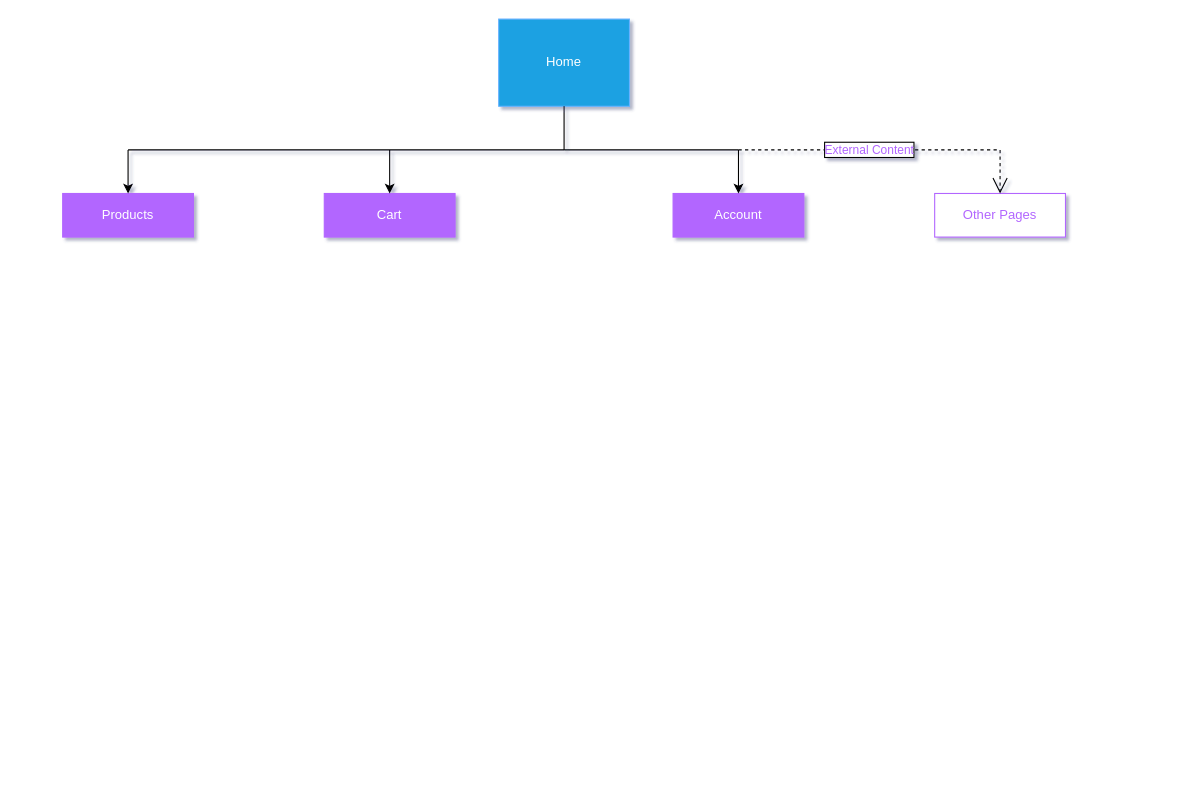
Above: sitemap.drawio in lamliam/lamliam (draw.io), before the change. Source tidied: cells renumbered, new cells numbered last; positions are measured from the earlier drawing's top-left corner, leaving out a move shared by most shapes. Both pictures are drawn from the tidied source at 109%, with x=0, y=0 at pixel (62, 19).
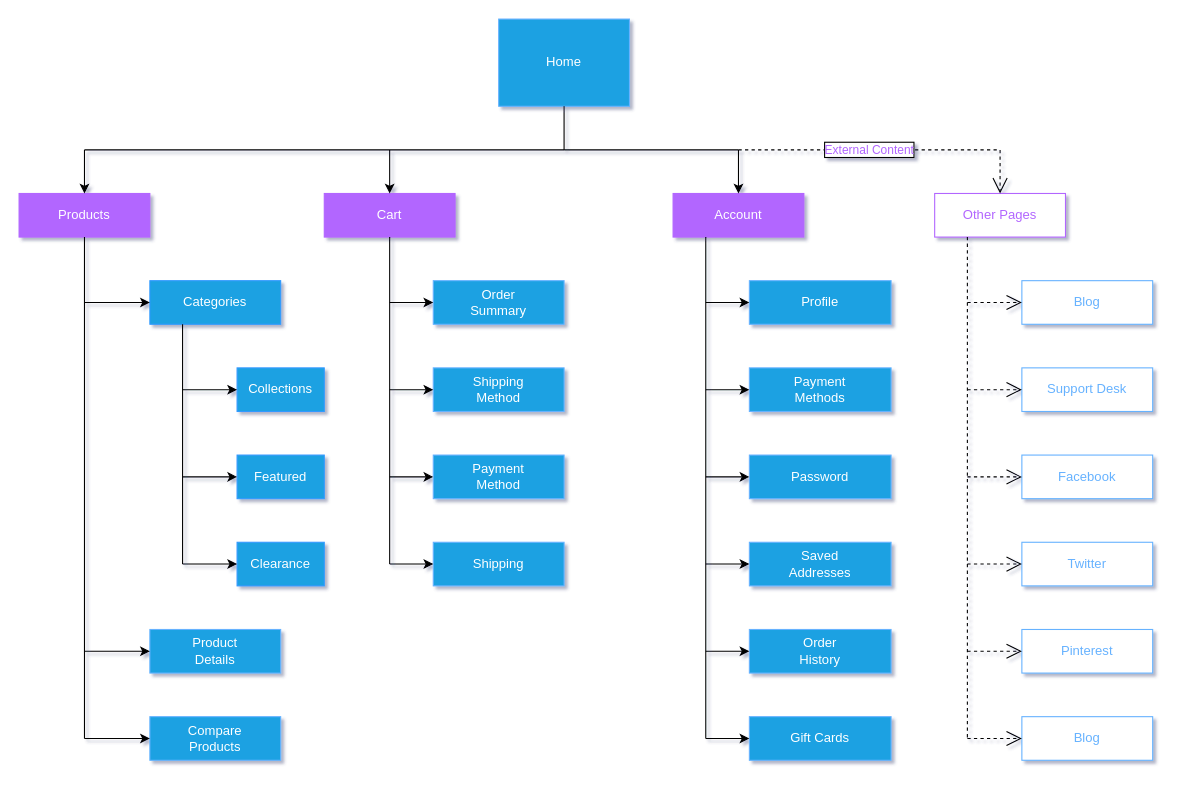
The same page after the edit.

Unchanged cells that the change refers to:
```xml
<mxCell id="4" value="Cart" style="rounded=0;whiteSpace=wrap;html=1;strokeColor=#B266FF;fillColor=#B266FF;fontColor=#ffffff;" parent="1" vertex="1">
  <mxGeometry x="240" y="160" width="120" height="40" as="geometry" />
</mxCell>
<mxCell id="5" value="Account" style="rounded=0;whiteSpace=wrap;html=1;strokeColor=#B266FF;fillColor=#B266FF;fontColor=#ffffff;" parent="1" vertex="1">
  <mxGeometry x="560" y="160" width="120" height="40" as="geometry" />
</mxCell>
<mxCell id="6" value="Other Pages" style="rounded=0;whiteSpace=wrap;html=1;strokeColor=#B266FF;fillColor=#FFFFFF;fontColor=#B266FF;" parent="1" vertex="1">
  <mxGeometry x="800" y="160" width="120" height="40" as="geometry" />
</mxCell>
```

The edit, as a diff of the source:
```diff
@@
     <mxCell id="3" value="Products" style="rounded=0;whiteSpace=wrap;html=1;strokeColor=#B266FF;fillColor=#B266FF;fontColor=#ffffff;" parent="1" vertex="1">
-      <mxGeometry y="160" width="120" height="40" as="geometry" />
+      <mxGeometry x="-40" y="160" width="120" height="40" as="geometry" />
     </mxCell>
@@
     <mxCell id="8" style="endArrow=none;html=1;rounded=0;fontColor=#B266FF;" parent="1" edge="1">
       <mxGeometry relative="1" as="geometry">
-        <mxPoint x="60" y="120" as="sourcePoint" />
+        <mxPoint x="20" y="120" as="sourcePoint" />
         <mxPoint x="460" y="120" as="targetPoint" />
       </mxGeometry>
     </mxCell>
@@
     <mxCell id="11" style="endArrow=classic;html=1;rounded=0;fontColor=#B266FF;entryX=0.5;entryY=0;entryDx=0;entryDy=0;" parent="1" edge="1" target="3">
       <mxGeometry relative="1" as="geometry">
-        <mxPoint x="60" y="120" as="sourcePoint" />
+        <mxPoint x="20" y="120" as="sourcePoint" />
       </mxGeometry>
     </mxCell>
@@
+    <mxCell id="14" value="Categories" style="rounded=0;whiteSpace=wrap;html=1;fontColor=#ffffff;strokeColor=#3399FF;fillColor=#1ba1e2;" parent="1" vertex="1">
+      <mxGeometry x="80" y="240" width="120" height="40" as="geometry" />
+    </mxCell>
+    <mxCell id="15" value="Collections" style="rounded=0;whiteSpace=wrap;html=1;fontColor=#ffffff;strokeColor=#3399FF;fillColor=#1ba1e2;" parent="1" vertex="1">
+      <mxGeometry x="160" y="320" width="80" height="40" as="geometry" />
+    </mxCell>
+    <mxCell id="16" value="Featured" style="rounded=0;whiteSpace=wrap;html=1;fontColor=#ffffff;strokeColor=#3399FF;fillColor=#1ba1e2;" parent="1" vertex="1">
+      <mxGeometry x="160" y="400" width="80" height="40" as="geometry" />
+    </mxCell>
+    <mxCell id="17" value="Clearance" style="rounded=0;whiteSpace=wrap;html=1;fontColor=#ffffff;strokeColor=#3399FF;fillColor=#1ba1e2;" parent="1" vertex="1">
+      <mxGeometry x="160" y="480" width="80" height="40" as="geometry" />
+    </mxCell>
+    <mxCell id="18" value="Product&lt;br&gt;Details" style="rounded=0;whiteSpace=wrap;html=1;fontColor=#ffffff;strokeColor=#66B2FF;fillColor=#1ba1e2;" parent="1" vertex="1">
+      <mxGeometry x="80" y="560" width="120" height="40" as="geometry" />
+    </mxCell>
+    <mxCell id="19" value="Compare&lt;br&gt;Products" style="rounded=0;whiteSpace=wrap;html=1;fontColor=#ffffff;strokeColor=#66B2FF;fillColor=#1ba1e2;" parent="1" vertex="1">
+      <mxGeometry x="80" y="640" width="120" height="40" as="geometry" />
+    </mxCell>
+    <mxCell id="20" style="endArrow=none;html=1;rounded=0;shadow=0;labelBorderColor=default;fontColor=#B266FF;strokeColor=default;entryX=0.5;entryY=1;entryDx=0;entryDy=0;" parent="1" edge="1" target="3">
+      <mxGeometry relative="1" as="geometry">
+        <mxPoint x="20" y="660" as="sourcePoint" />
+      </mxGeometry>
+    </mxCell>
+    <mxCell id="21" style="endArrow=classic;html=1;rounded=0;shadow=0;labelBorderColor=default;fontColor=#B266FF;strokeColor=default;entryX=0;entryY=0.5;entryDx=0;entryDy=0;" parent="1" edge="1" target="14">
+      <mxGeometry relative="1" as="geometry">
+        <mxPoint x="20" y="260" as="sourcePoint" />
+      </mxGeometry>
+    </mxCell>
+    <mxCell id="22" style="endArrow=none;html=1;rounded=0;shadow=0;labelBorderColor=default;fontColor=#B266FF;strokeColor=default;entryX=0.25;entryY=1;entryDx=0;entryDy=0;" parent="1" edge="1" target="14">
+      <mxGeometry relative="1" as="geometry">
+        <mxPoint x="110" y="500" as="sourcePoint" />
+      </mxGeometry>
+    </mxCell>
+    <mxCell id="23" style="endArrow=classic;html=1;rounded=0;shadow=0;labelBorderColor=default;fontColor=#B266FF;strokeColor=default;entryX=0;entryY=0.5;entryDx=0;entryDy=0;" parent="1" edge="1" target="15">
+      <mxGeometry relative="1" as="geometry">
+        <mxPoint x="110" y="340" as="sourcePoint" />
+      </mxGeometry>
+    </mxCell>
+    <mxCell id="24" style="endArrow=classic;html=1;rounded=0;shadow=0;labelBorderColor=default;fontColor=#B266FF;strokeColor=default;entryX=0;entryY=0.5;entryDx=0;entryDy=0;" parent="1" edge="1" target="16">
+      <mxGeometry relative="1" as="geometry">
+        <mxPoint x="110" y="420" as="sourcePoint" />
+      </mxGeometry>
+    </mxCell>
+    <mxCell id="25" style="endArrow=classic;html=1;rounded=0;shadow=0;labelBorderColor=default;fontColor=#B266FF;strokeColor=default;entryX=0;entryY=0.5;entryDx=0;entryDy=0;" parent="1" edge="1" target="17">
+      <mxGeometry relative="1" as="geometry">
+        <mxPoint x="110" y="500" as="sourcePoint" />
+      </mxGeometry>
+    </mxCell>
+    <mxCell id="26" style="endArrow=classic;html=1;rounded=0;shadow=0;labelBorderColor=default;fontColor=#B266FF;strokeColor=default;entryX=0;entryY=0.5;entryDx=0;entryDy=0;" parent="1" edge="1" target="18">
+      <mxGeometry relative="1" as="geometry">
+        <mxPoint x="20" y="580" as="sourcePoint" />
+      </mxGeometry>
+    </mxCell>
+    <mxCell id="27" style="endArrow=classic;html=1;rounded=0;shadow=0;labelBorderColor=default;fontColor=#B266FF;strokeColor=default;entryX=0;entryY=0.5;entryDx=0;entryDy=0;" parent="1" edge="1" target="19">
+      <mxGeometry relative="1" as="geometry">
+        <mxPoint x="20" y="660" as="sourcePoint" />
+      </mxGeometry>
+    </mxCell>
+    <mxCell id="28" value="Order&lt;br&gt;Summary" style="rounded=0;whiteSpace=wrap;html=1;fontColor=#ffffff;strokeColor=#66B2FF;fillColor=#1ba1e2;" parent="1" vertex="1">
+      <mxGeometry x="340" y="240" width="120" height="40" as="geometry" />
+    </mxCell>
+    <mxCell id="29" value="Shipping&lt;br&gt;Method" style="rounded=0;whiteSpace=wrap;html=1;fontColor=#ffffff;strokeColor=#66B2FF;fillColor=#1ba1e2;" parent="1" vertex="1">
+      <mxGeometry x="340" y="320" width="120" height="40" as="geometry" />
+    </mxCell>
+    <mxCell id="30" value="Payment&lt;br&gt;Method" style="rounded=0;whiteSpace=wrap;html=1;fontColor=#ffffff;strokeColor=#66B2FF;fillColor=#1ba1e2;" parent="1" vertex="1">
+      <mxGeometry x="340" y="400" width="120" height="40" as="geometry" />
+    </mxCell>
+    <mxCell id="31" value="Shipping" style="rounded=0;whiteSpace=wrap;html=1;fontColor=#ffffff;strokeColor=#66B2FF;fillColor=#1ba1e2;" parent="1" vertex="1">
+      <mxGeometry x="340" y="480" width="120" height="40" as="geometry" />
+    </mxCell>
+    <mxCell id="32" style="endArrow=none;html=1;rounded=0;shadow=0;labelBorderColor=default;fontColor=#B266FF;strokeColor=default;entryX=0.5;entryY=1;entryDx=0;entryDy=0;" parent="1" edge="1" target="4">
+      <mxGeometry relative="1" as="geometry">
+        <mxPoint x="300" y="500" as="sourcePoint" />
+      </mxGeometry>
+    </mxCell>
+    <mxCell id="33" style="endArrow=classic;html=1;rounded=0;shadow=0;labelBorderColor=default;fontColor=#B266FF;strokeColor=default;entryX=0;entryY=0.5;entryDx=0;entryDy=0;" parent="1" edge="1" target="28">
+      <mxGeometry relative="1" as="geometry">
+        <mxPoint x="300" y="260" as="sourcePoint" />
+      </mxGeometry>
+    </mxCell>
+    <mxCell id="34" style="endArrow=classic;html=1;rounded=0;shadow=0;labelBorderColor=default;fontColor=#B266FF;strokeColor=default;entryX=0;entryY=0.5;entryDx=0;entryDy=0;" parent="1" edge="1" target="29">
+      <mxGeometry relative="1" as="geometry">
+        <mxPoint x="300" y="340" as="sourcePoint" />
+      </mxGeometry>
+    </mxCell>
+    <mxCell id="35" style="endArrow=classic;html=1;rounded=0;shadow=0;labelBorderColor=default;fontColor=#B266FF;strokeColor=default;entryX=0;entryY=0.5;entryDx=0;entryDy=0;" parent="1" edge="1" target="30">
+      <mxGeometry relative="1" as="geometry">
+        <mxPoint x="300" y="420" as="sourcePoint" />
+      </mxGeometry>
+    </mxCell>
+    <mxCell id="36" style="endArrow=classic;html=1;rounded=0;shadow=0;labelBorderColor=default;fontColor=#B266FF;strokeColor=default;entryX=0;entryY=0.5;entryDx=0;entryDy=0;" parent="1" edge="1" target="31">
+      <mxGeometry relative="1" as="geometry">
+        <mxPoint x="300" y="500" as="sourcePoint" />
+      </mxGeometry>
+    </mxCell>
+    <mxCell id="37" value="Profile" style="rounded=0;whiteSpace=wrap;html=1;fontColor=#ffffff;strokeColor=#66B2FF;fillColor=#1ba1e2;" parent="1" vertex="1">
+      <mxGeometry x="630" y="240" width="130" height="40" as="geometry" />
+    </mxCell>
+    <mxCell id="38" value="Payment&lt;br&gt;Methods" style="rounded=0;whiteSpace=wrap;html=1;fontColor=#ffffff;strokeColor=#66B2FF;fillColor=#1ba1e2;" parent="1" vertex="1">
+      <mxGeometry x="630" y="320" width="130" height="40" as="geometry" />
+    </mxCell>
+    <mxCell id="39" value="Password" style="rounded=0;whiteSpace=wrap;html=1;fontColor=#ffffff;strokeColor=#66B2FF;fillColor=#1ba1e2;" parent="1" vertex="1">
+      <mxGeometry x="630" y="400" width="130" height="40" as="geometry" />
+    </mxCell>
+    <mxCell id="40" value="Saved&lt;br&gt;Addresses" style="rounded=0;whiteSpace=wrap;html=1;fontColor=#ffffff;strokeColor=#66B2FF;fillColor=#1ba1e2;" parent="1" vertex="1">
+      <mxGeometry x="630" y="480" width="130" height="40" as="geometry" />
+    </mxCell>
+    <mxCell id="41" value="Order&lt;br&gt;History" style="rounded=0;whiteSpace=wrap;html=1;fontColor=#ffffff;strokeColor=#66B2FF;fillColor=#1ba1e2;" parent="1" vertex="1">
+      <mxGeometry x="630" y="560" width="130" height="40" as="geometry" />
+    </mxCell>
+    <mxCell id="42" value="Gift Cards" style="rounded=0;whiteSpace=wrap;html=1;fontColor=#ffffff;strokeColor=#66B2FF;fillColor=#1ba1e2;" parent="1" vertex="1">
+      <mxGeometry x="630" y="640" width="130" height="40" as="geometry" />
+    </mxCell>
+    <mxCell id="43" style="endArrow=none;html=1;rounded=0;shadow=0;labelBorderColor=default;fontColor=#B266FF;strokeColor=default;entryX=0.25;entryY=1;entryDx=0;entryDy=0;" parent="1" edge="1" target="5">
+      <mxGeometry relative="1" as="geometry">
+        <mxPoint x="590" y="660" as="sourcePoint" />
+      </mxGeometry>
+    </mxCell>
+    <mxCell id="44" style="endArrow=classic;html=1;rounded=0;shadow=0;labelBorderColor=default;fontColor=#B266FF;strokeColor=default;entryX=0;entryY=0.5;entryDx=0;entryDy=0;" parent="1" edge="1" target="37">
+      <mxGeometry relative="1" as="geometry">
+        <mxPoint x="590" y="260" as="sourcePoint" />
+      </mxGeometry>
+    </mxCell>
+    <mxCell id="45" style="endArrow=classic;html=1;rounded=0;shadow=0;labelBorderColor=default;fontColor=#B266FF;strokeColor=default;entryX=0;entryY=0.5;entryDx=0;entryDy=0;" parent="1" edge="1" target="38">
+      <mxGeometry relative="1" as="geometry">
+        <mxPoint x="590" y="340" as="sourcePoint" />
+      </mxGeometry>
+    </mxCell>
+    <mxCell id="46" style="endArrow=classic;html=1;rounded=0;shadow=0;labelBorderColor=default;fontColor=#B266FF;strokeColor=default;entryX=0;entryY=0.5;entryDx=0;entryDy=0;" parent="1" edge="1" target="39">
+      <mxGeometry relative="1" as="geometry">
+        <mxPoint x="590" y="420" as="sourcePoint" />
+      </mxGeometry>
+    </mxCell>
+    <mxCell id="47" style="endArrow=classic;html=1;rounded=0;shadow=0;labelBorderColor=default;fontColor=#B266FF;strokeColor=default;entryX=0;entryY=0.5;entryDx=0;entryDy=0;" parent="1" edge="1" target="40">
+      <mxGeometry relative="1" as="geometry">
+        <mxPoint x="590" y="500" as="sourcePoint" />
+      </mxGeometry>
+    </mxCell>
+    <mxCell id="48" style="endArrow=classic;html=1;rounded=0;shadow=0;labelBorderColor=default;fontColor=#B266FF;strokeColor=default;entryX=0;entryY=0.5;entryDx=0;entryDy=0;" parent="1" edge="1" target="41">
+      <mxGeometry relative="1" as="geometry">
+        <mxPoint x="590" y="580" as="sourcePoint" />
+      </mxGeometry>
+    </mxCell>
+    <mxCell id="49" style="endArrow=classic;html=1;rounded=0;shadow=0;labelBorderColor=default;fontColor=#B266FF;strokeColor=default;entryX=0;entryY=0.5;entryDx=0;entryDy=0;" parent="1" edge="1" target="42">
+      <mxGeometry relative="1" as="geometry">
+        <mxPoint x="590" y="660" as="sourcePoint" />
+      </mxGeometry>
+    </mxCell>
+    <mxCell id="50" value="Blog" style="rounded=0;whiteSpace=wrap;html=1;fontColor=#66B2FF;strokeColor=#66B2FF;fillColor=#FFFFFF;" parent="1" vertex="1">
+      <mxGeometry x="880" y="240" width="120" height="40" as="geometry" />
+    </mxCell>
+    <mxCell id="51" value="Support Desk" style="rounded=0;whiteSpace=wrap;html=1;fontColor=#66B2FF;strokeColor=#66B2FF;fillColor=#FFFFFF;" parent="1" vertex="1">
+      <mxGeometry x="880" y="320" width="120" height="40" as="geometry" />
+    </mxCell>
+    <mxCell id="52" value="Facebook" style="rounded=0;whiteSpace=wrap;html=1;fontColor=#66B2FF;strokeColor=#66B2FF;fillColor=#FFFFFF;" parent="1" vertex="1">
+      <mxGeometry x="880" y="400" width="120" height="40" as="geometry" />
+    </mxCell>
+    <mxCell id="53" value="Twitter" style="rounded=0;whiteSpace=wrap;html=1;fontColor=#66B2FF;strokeColor=#66B2FF;fillColor=#FFFFFF;" parent="1" vertex="1">
+      <mxGeometry x="880" y="480" width="120" height="40" as="geometry" />
+    </mxCell>
+    <mxCell id="54" value="Pinterest" style="rounded=0;whiteSpace=wrap;html=1;fontColor=#66B2FF;strokeColor=#66B2FF;fillColor=#FFFFFF;" parent="1" vertex="1">
+      <mxGeometry x="880" y="560" width="120" height="40" as="geometry" />
+    </mxCell>
+    <mxCell id="55" value="Blog" style="rounded=0;whiteSpace=wrap;html=1;fontColor=#66B2FF;strokeColor=#66B2FF;fillColor=#FFFFFF;" parent="1" vertex="1">
+      <mxGeometry x="880" y="640" width="120" height="40" as="geometry" />
+    </mxCell>
+    <mxCell id="56" style="endArrow=none;dashed=1;html=1;rounded=0;shadow=0;labelBorderColor=default;fontColor=#66B2FF;strokeColor=default;exitX=0.25;exitY=1;exitDx=0;exitDy=0;" parent="1" edge="1" source="6">
+      <mxGeometry relative="1" as="geometry">
+        <mxPoint x="830" y="660" as="targetPoint" />
+      </mxGeometry>
+    </mxCell>
+    <mxCell id="57" style="endArrow=open;dashed=1;endFill=0;endSize=12;html=1;rounded=0;shadow=0;labelBorderColor=default;fontColor=#66B2FF;strokeColor=default;" parent="1" edge="1" target="50">
+      <mxGeometry relative="1" as="geometry">
+        <mxPoint x="830" y="260" as="sourcePoint" />
+      </mxGeometry>
+    </mxCell>
+    <mxCell id="58" style="endArrow=open;dashed=1;endFill=0;endSize=12;html=1;rounded=0;shadow=0;labelBorderColor=default;fontColor=#66B2FF;strokeColor=default;entryX=0;entryY=0.5;entryDx=0;entryDy=0;" parent="1" edge="1" target="51">
+      <mxGeometry relative="1" as="geometry">
+        <mxPoint x="830" y="340" as="sourcePoint" />
+      </mxGeometry>
+    </mxCell>
+    <mxCell id="59" style="endArrow=open;dashed=1;endFill=0;endSize=12;html=1;rounded=0;shadow=0;labelBorderColor=default;fontColor=#66B2FF;strokeColor=default;entryX=0;entryY=0.5;entryDx=0;entryDy=0;" parent="1" edge="1" target="52">
+      <mxGeometry relative="1" as="geometry">
+        <mxPoint x="830" y="420" as="sourcePoint" />
+      </mxGeometry>
+    </mxCell>
+    <mxCell id="60" style="endArrow=open;dashed=1;endFill=0;endSize=12;html=1;rounded=0;shadow=0;labelBorderColor=default;fontColor=#66B2FF;strokeColor=default;entryX=0;entryY=0.5;entryDx=0;entryDy=0;" parent="1" edge="1" target="53">
+      <mxGeometry relative="1" as="geometry">
+        <mxPoint x="830" y="500" as="sourcePoint" />
+      </mxGeometry>
+    </mxCell>
+    <mxCell id="61" style="endArrow=open;dashed=1;endFill=0;endSize=12;html=1;rounded=0;shadow=0;labelBorderColor=default;fontColor=#66B2FF;strokeColor=default;entryX=0;entryY=0.5;entryDx=0;entryDy=0;" parent="1" edge="1" target="54">
+      <mxGeometry relative="1" as="geometry">
+        <mxPoint x="830" y="580" as="sourcePoint" />
+      </mxGeometry>
+    </mxCell>
+    <mxCell id="62" style="endArrow=open;dashed=1;endFill=0;endSize=12;html=1;rounded=0;shadow=0;labelBorderColor=default;fontColor=#66B2FF;strokeColor=default;entryX=0;entryY=0.5;entryDx=0;entryDy=0;" parent="1" edge="1" target="55">
+      <mxGeometry relative="1" as="geometry">
+        <mxPoint x="830" y="660" as="sourcePoint" />
+      </mxGeometry>
+    </mxCell>
```
